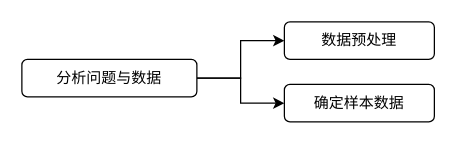
This is 数模.drawio from wennieWN/UML, a draw.io file, before an edit. Source tidied: cells renumbered, new cells numbered last; positions are measured from the earlier drawing's top-left corner, leaving out a move shared by most shapes. Both pictures are drawn from the tidied source at 125%, with x=0, y=0 at pixel (21, 21).
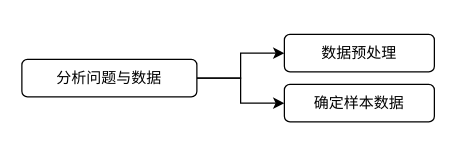
After the change.

Diff of the diagram source:
```diff
@@
 <mxGraphModel>
   <root>
     <mxCell id="0" />
     <mxCell id="1" parent="0" />
-    <mxCell id="2" style="edgeStyle=orthogonalEdgeStyle;rounded=0;jettySize=auto;html=1;" parent="1" edge="1" source="4">
+    <mxCell id="2" style="edgeStyle=orthogonalEdgeStyle;rounded=0;jettySize=auto;html=1;entryX=0;entryY=0.5;entryDx=0;entryDy=0;" parent="1" edge="1" source="4" target="5">
       <mxGeometry relative="1" as="geometry">
-        <mxPoint x="210" y="15" as="targetPoint" />
         <Array as="points">
           <mxPoint x="175" y="45" />
-          <mxPoint x="175" y="15" />
+          <mxPoint x="175" y="25" />
         </Array>
       </mxGeometry>
     </mxCell>
     <mxCell id="3" style="edgeStyle=orthogonalEdgeStyle;rounded=0;jettySize=auto;html=1;exitX=1;exitY=0.5;exitDx=0;exitDy=0;entryX=0;entryY=0.5;entryDx=0;entryDy=0;" parent="1" edge="1" source="4" target="6">
       <mxGeometry relative="1" as="geometry" />
     </mxCell>
     <mxCell id="4" value="分析问题与数据" style="rounded=1;whiteSpace=wrap;html=1;" parent="1" vertex="1">
       <mxGeometry y="30" width="140" height="30" as="geometry" />
     </mxCell>
     <mxCell id="5" value="数据预处理" style="rounded=1;whiteSpace=wrap;html=1;" parent="1" vertex="1">
-      <mxGeometry x="210" width="120" height="30" as="geometry" />
+      <mxGeometry x="210" y="10" width="120" height="30" as="geometry" />
     </mxCell>
     <mxCell id="6" value="确定样本数据" style="rounded=1;whiteSpace=wrap;html=1;" parent="1" vertex="1">
       <mxGeometry x="210" y="50" width="120" height="30" as="geometry" />
     </mxCell>
   </root>
 </mxGraphModel>
```
